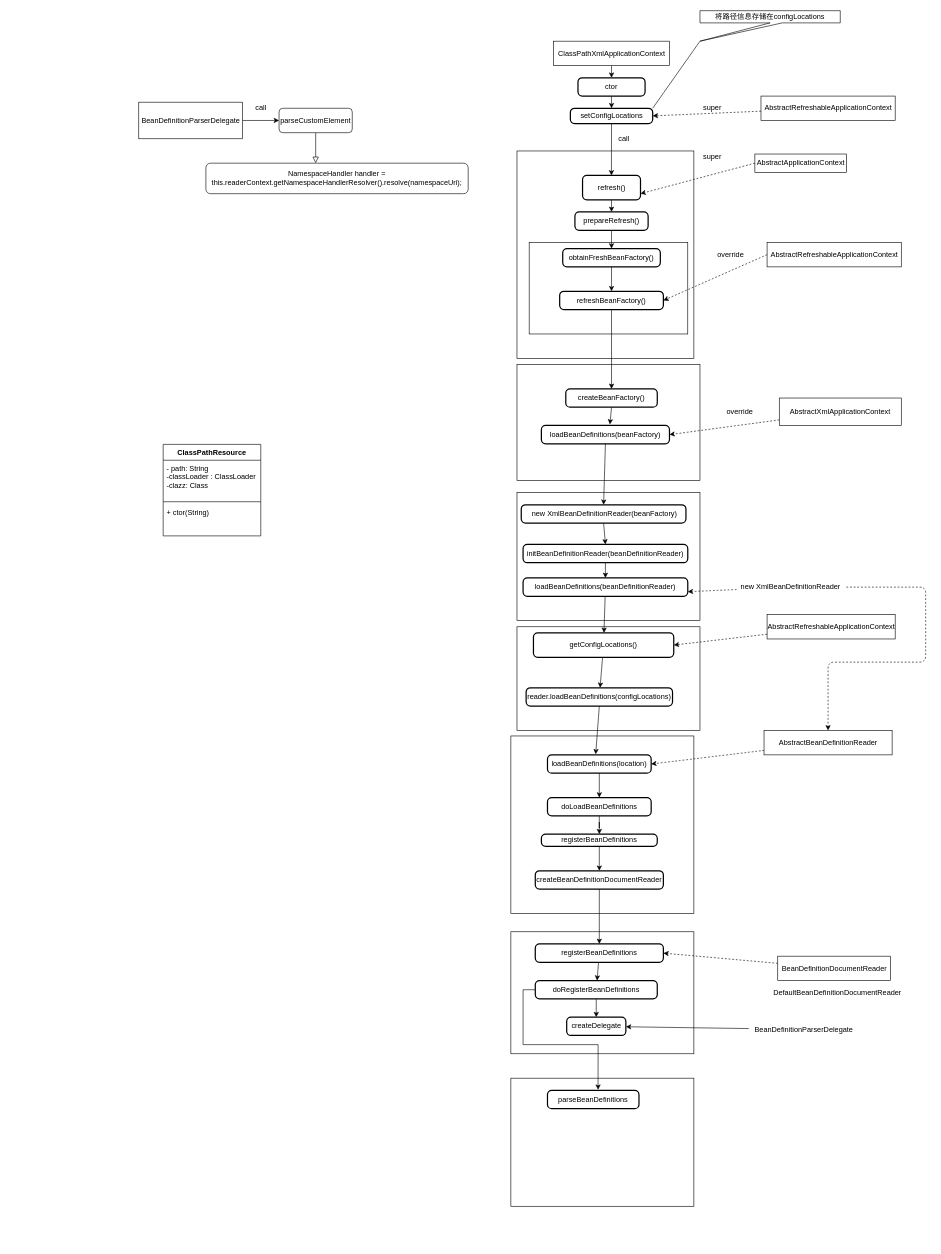
Above: diagrams/springframework1.drawio in arxobject/spring_analysis (draw.io), before the change. Source tidied: cells renumbered, new cells numbered last; positions are measured from the earlier drawing's top-left corner, leaving out a move shared by most shapes. Both pictures are drawn from the tidied source at 61%, with x=0, y=0 at pixel (138, 10).
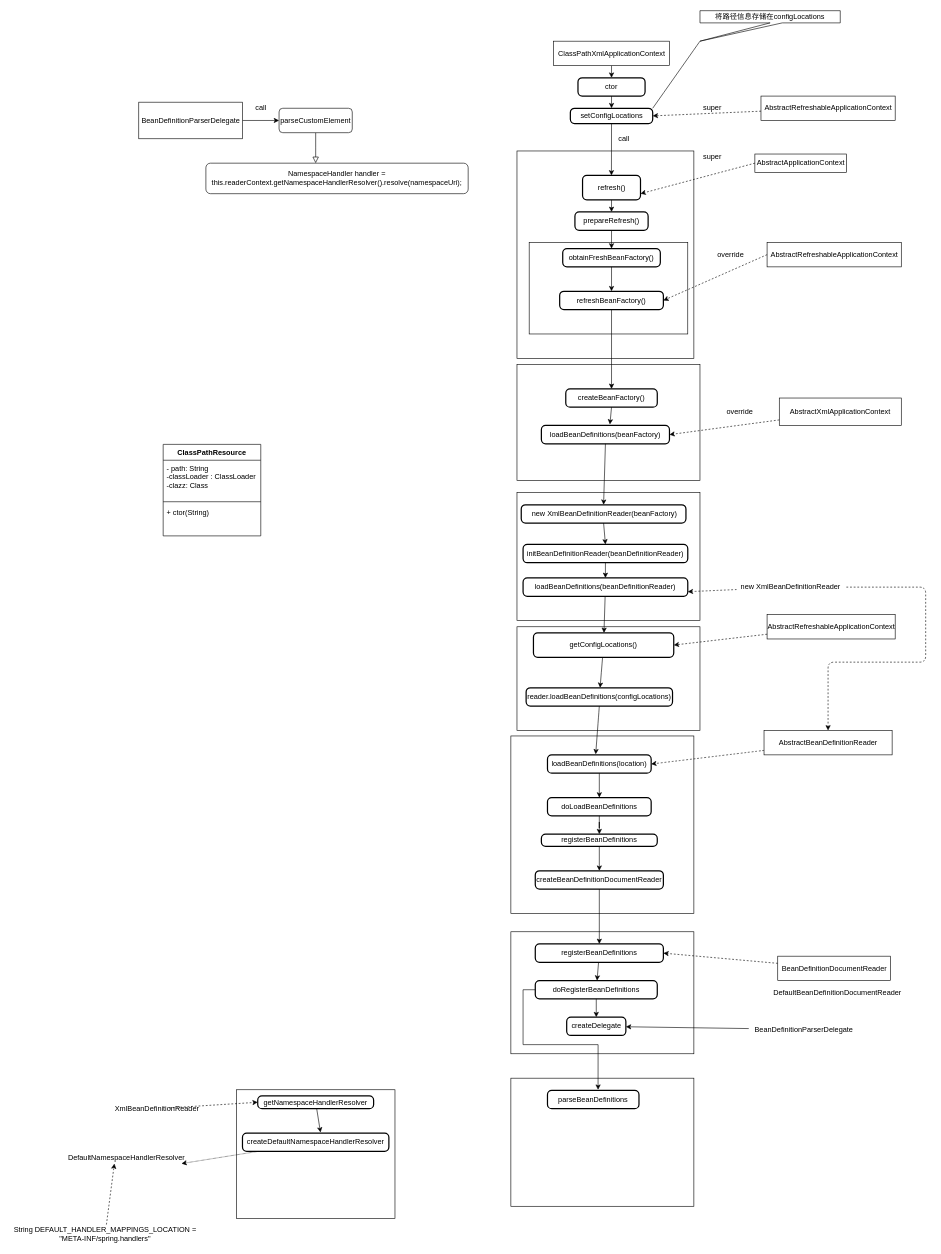
Above is the later version.

Change to the diagram source:
```diff
@@
+    <mxCell id="91" style="rounded=0;jettySize=auto;html=1;entryX=0;entryY=0.5;entryDx=0;entryDy=0;dashed=1;" parent="1" edge="1" source="92" target="94">
+      <mxGeometry relative="1" as="geometry" />
+    </mxCell>
+    <mxCell id="92" value="XmlBeanDefinitionReader" style="text;html=1;strokeColor=none;fillColor=none;align=center;verticalAlign=middle;whiteSpace=wrap;rounded=0;" parent="1" vertex="1">
+      <mxGeometry x="10" y="1790" width="40" height="20" as="geometry" />
+    </mxCell>
+    <mxCell id="93" style="edgeStyle=none;rounded=0;jettySize=auto;html=1;entryX=0.533;entryY=-0.033;entryDx=0;entryDy=0;entryPerimeter=0;" parent="1" edge="1" source="94" target="97">
+      <mxGeometry relative="1" as="geometry" />
+    </mxCell>
+    <mxCell id="94" value="getNamespaceHandlerResolver" style="rounded=1;whiteSpace=wrap;html=1;absoluteArcSize=1;arcSize=14;strokeWidth=2;" parent="1" vertex="1">
+      <mxGeometry x="195" y="1779" width="190" height="21" as="geometry" />
+    </mxCell>
+    <mxCell id="95" style="rounded=0;whiteSpace=wrap;html=1;fillColor=none;" parent="1" vertex="1">
+      <mxGeometry x="160" y="1769" width="260" height="211" as="geometry" />
+    </mxCell>
+    <mxCell id="96" style="edgeStyle=none;rounded=0;jettySize=auto;html=1;dashed=1;dashPattern=1 1;" parent="1" edge="1" source="97">
+      <mxGeometry relative="1" as="geometry">
+        <mxPoint x="70" y="1890" as="targetPoint" />
+      </mxGeometry>
+    </mxCell>
+    <mxCell id="97" value="createDefaultNamespaceHandlerResolver" style="rounded=1;whiteSpace=wrap;html=1;absoluteArcSize=1;arcSize=14;strokeWidth=2;fillColor=none;" parent="1" vertex="1">
+      <mxGeometry x="170" y="1840" width="240" height="30" as="geometry" />
+    </mxCell>
+    <mxCell id="98" value="DefaultNamespaceHandlerResolver" style="text;html=1;strokeColor=none;fillColor=none;align=center;verticalAlign=middle;whiteSpace=wrap;rounded=0;" parent="1" vertex="1">
+      <mxGeometry x="-40" y="1870" width="40" height="20" as="geometry" />
+    </mxCell>
+    <mxCell id="99" style="rounded=0;jettySize=auto;html=1;entryX=0;entryY=1;entryDx=0;entryDy=0;dashed=1;" parent="1" edge="1" source="100" target="98">
+      <mxGeometry relative="1" as="geometry" />
+    </mxCell>
+    <mxCell id="100" value="String DEFAULT_HANDLER_MAPPINGS_LOCATION = &quot;META-INF/spring.handlers&quot;" style="text;html=1;strokeColor=none;fillColor=none;align=center;verticalAlign=middle;whiteSpace=wrap;rounded=0;" parent="1" vertex="1">
+      <mxGeometry x="-210" y="1990" width="310" height="30" as="geometry" />
+    </mxCell>
```
